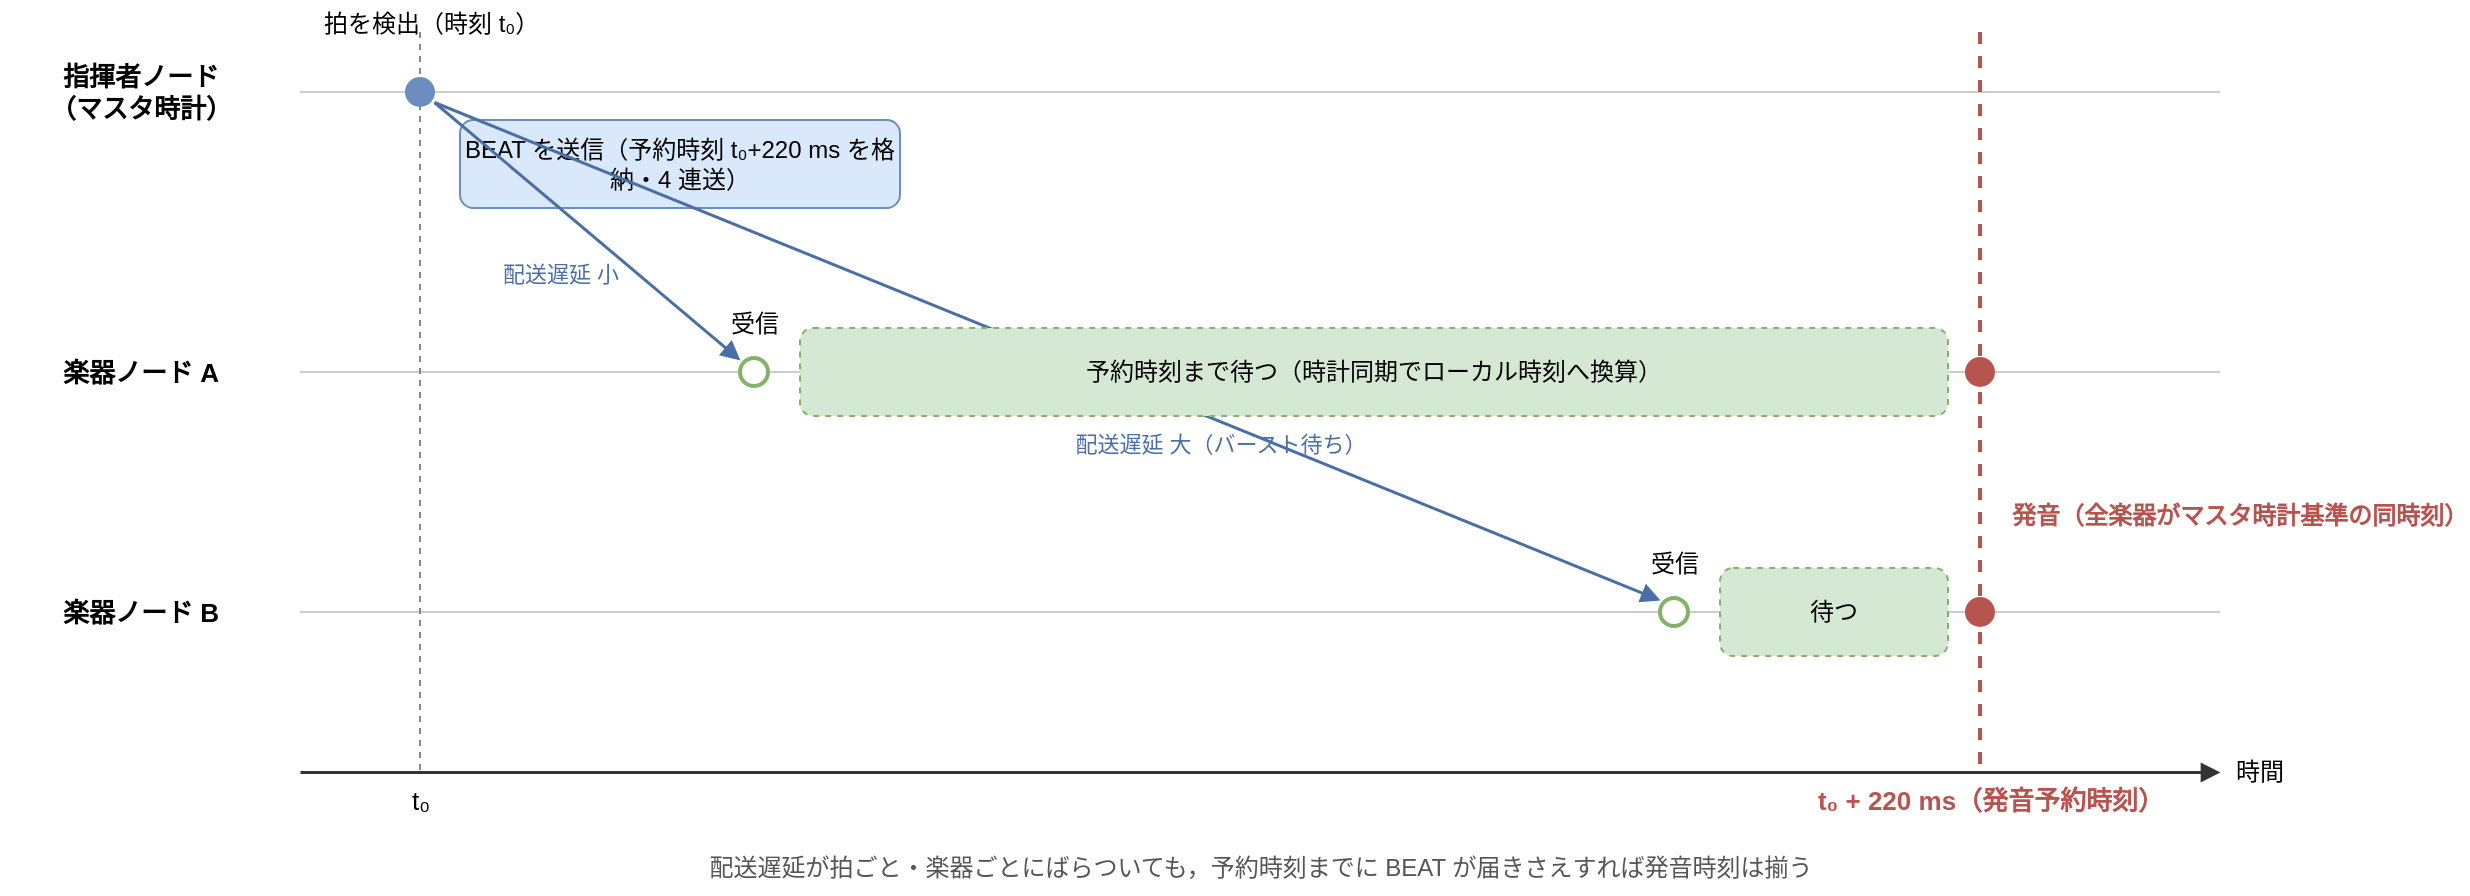
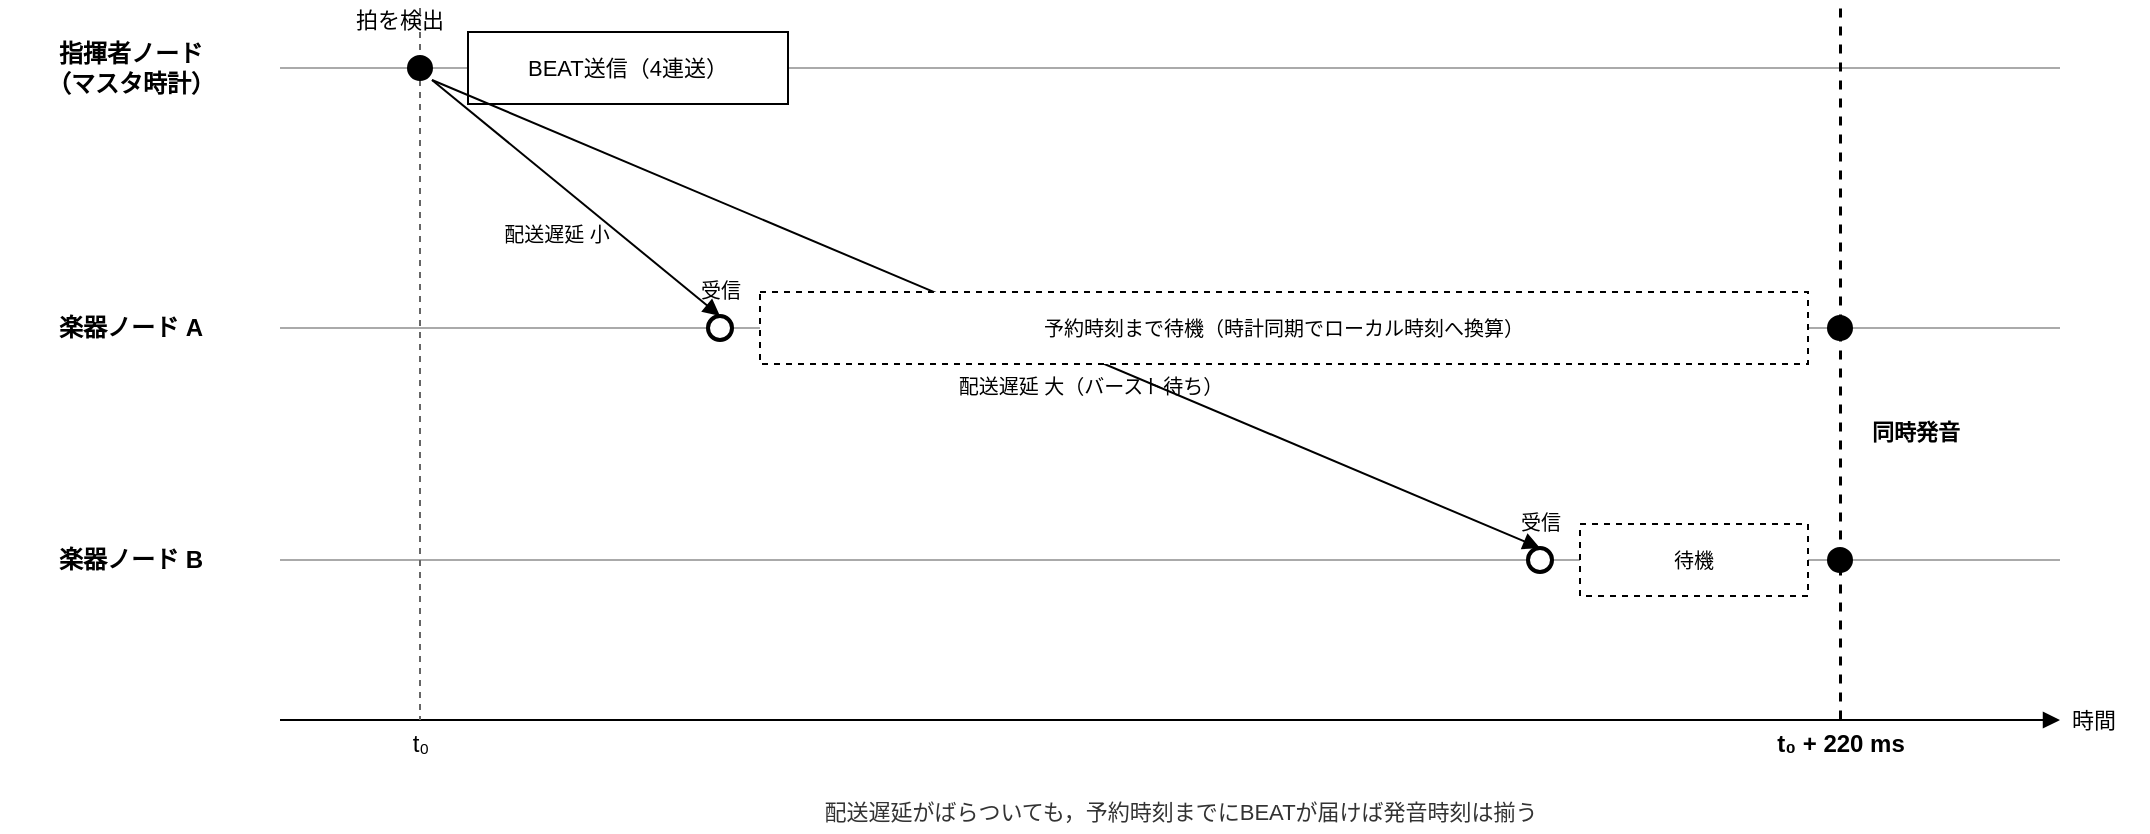
<mxfile host="Claude">
  <diagram id="reservation-timeline" name="発音予約と時計同期">
-     <mxGraphModel dx="1200" dy="500" grid="0" gridSize="10" guides="1" tooltips="1" connect="1" arrows="1" fold="1" page="1" pageScale="1" pageWidth="1200" pageHeight="500" math="0" shadow="0">
+     <mxGraphModel dx="1100" dy="480" grid="0" gridSize="10" guides="1" tooltips="1" connect="1" arrows="1" fold="1" page="1" pageScale="1" pageWidth="1100" pageHeight="480" math="0" shadow="0">
      <root>
        <mxCell id="0"/>
        <mxCell id="1" parent="0"/>
        <!-- レーンラベル -->
-         <mxCell id="lane1" value="指揮者ノード&lt;br&gt;（マスタ時計）" style="text;html=1;align=center;verticalAlign=middle;fontSize=13;fontStyle=1" vertex="1" parent="1"><mxGeometry x="20" y="60" width="140" height="40" as="geometry"/></mxCell>
-         <mxCell id="lane2" value="楽器ノード A" style="text;html=1;align=center;verticalAlign=middle;fontSize=13;fontStyle=1" vertex="1" parent="1"><mxGeometry x="20" y="205" width="140" height="30" as="geometry"/></mxCell>
-         <mxCell id="lane3" value="楽器ノード B" style="text;html=1;align=center;verticalAlign=middle;fontSize=13;fontStyle=1" vertex="1" parent="1"><mxGeometry x="20" y="325" width="140" height="30" as="geometry"/></mxCell>
+         <mxCell id="lane1" value="指揮者ノード&lt;br&gt;（マスタ時計）" style="text;html=1;align=center;verticalAlign=middle;fontSize=12;fontStyle=1;" vertex="1" parent="1"><mxGeometry x="10" y="56" width="130" height="36" as="geometry"/></mxCell>
+         <mxCell id="lane2" value="楽器ノード A" style="text;html=1;align=center;verticalAlign=middle;fontSize=12;fontStyle=1;" vertex="1" parent="1"><mxGeometry x="10" y="192" width="130" height="24" as="geometry"/></mxCell>
+         <mxCell id="lane3" value="楽器ノード B" style="text;html=1;align=center;verticalAlign=middle;fontSize=12;fontStyle=1;" vertex="1" parent="1"><mxGeometry x="10" y="308" width="130" height="24" as="geometry"/></mxCell>
        <!-- レーン水平線 -->
-         <mxCell id="hl1" style="endArrow=none;html=1;strokeColor=#CCCCCC;strokeWidth=1;" edge="1" parent="1"><mxGeometry relative="1" as="geometry"><mxPoint x="170" y="80" as="sourcePoint"/><mxPoint x="1130" y="80" as="targetPoint"/></mxGeometry></mxCell>
-         <mxCell id="hl2" style="endArrow=none;html=1;strokeColor=#CCCCCC;strokeWidth=1;" edge="1" parent="1"><mxGeometry relative="1" as="geometry"><mxPoint x="170" y="220" as="sourcePoint"/><mxPoint x="1130" y="220" as="targetPoint"/></mxGeometry></mxCell>
-         <mxCell id="hl3" style="endArrow=none;html=1;strokeColor=#CCCCCC;strokeWidth=1;" edge="1" parent="1"><mxGeometry relative="1" as="geometry"><mxPoint x="170" y="340" as="sourcePoint"/><mxPoint x="1130" y="340" as="targetPoint"/></mxGeometry></mxCell>
+         <mxCell id="hl1" style="endArrow=none;html=1;strokeColor=#AAAAAA;strokeWidth=1;" edge="1" parent="1"><mxGeometry relative="1" as="geometry"><mxPoint x="150" y="74" as="sourcePoint"/><mxPoint x="1040" y="74" as="targetPoint"/></mxGeometry></mxCell>
+         <mxCell id="hl2" style="endArrow=none;html=1;strokeColor=#AAAAAA;strokeWidth=1;" edge="1" parent="1"><mxGeometry relative="1" as="geometry"><mxPoint x="150" y="204" as="sourcePoint"/><mxPoint x="1040" y="204" as="targetPoint"/></mxGeometry></mxCell>
+         <mxCell id="hl3" style="endArrow=none;html=1;strokeColor=#AAAAAA;strokeWidth=1;" edge="1" parent="1"><mxGeometry relative="1" as="geometry"><mxPoint x="150" y="320" as="sourcePoint"/><mxPoint x="1040" y="320" as="targetPoint"/></mxGeometry></mxCell>
        <!-- 時間軸 -->
-         <mxCell id="taxis" style="endArrow=block;html=1;strokeColor=#333333;strokeWidth=1.5;" edge="1" parent="1"><mxGeometry relative="1" as="geometry"><mxPoint x="170" y="420" as="sourcePoint"/><mxPoint x="1130" y="420" as="targetPoint"/></mxGeometry></mxCell>
-         <mxCell id="taxisl" value="時間" style="text;html=1;align=left;verticalAlign=middle;fontSize=12;" vertex="1" parent="1"><mxGeometry x="1136" y="406" width="50" height="28" as="geometry"/></mxCell>
+         <mxCell id="taxis" style="endArrow=block;endFill=1;html=1;strokeColor=#000000;strokeWidth=1;" edge="1" parent="1"><mxGeometry relative="1" as="geometry"><mxPoint x="150" y="400" as="sourcePoint"/><mxPoint x="1040" y="400" as="targetPoint"/></mxGeometry></mxCell>
+         <mxCell id="taxisl" value="時間" style="text;html=1;align=left;verticalAlign=middle;fontSize=11;" vertex="1" parent="1"><mxGeometry x="1044" y="390" width="40" height="20" as="geometry"/></mxCell>
        <!-- t0 縦点線 -->
-         <mxCell id="vt0" style="endArrow=none;html=1;dashed=1;strokeColor=#888888;strokeWidth=1;" edge="1" parent="1"><mxGeometry relative="1" as="geometry"><mxPoint x="230" y="50" as="sourcePoint"/><mxPoint x="230" y="420" as="targetPoint"/></mxGeometry></mxCell>
-         <mxCell id="vt0l" value="t₀" style="text;html=1;align=center;verticalAlign=middle;fontSize=13;" vertex="1" parent="1"><mxGeometry x="210" y="422" width="40" height="24" as="geometry"/></mxCell>
+         <mxCell id="vt0" style="endArrow=none;html=1;dashed=1;strokeColor=#666666;strokeWidth=1;" edge="1" parent="1"><mxGeometry relative="1" as="geometry"><mxPoint x="220" y="44" as="sourcePoint"/><mxPoint x="220" y="400" as="targetPoint"/></mxGeometry></mxCell>
+         <mxCell id="vt0l" value="t₀" style="text;html=1;align=center;verticalAlign=middle;fontSize=12;" vertex="1" parent="1"><mxGeometry x="200" y="402" width="40" height="20" as="geometry"/></mxCell>
        <!-- 予約時刻 縦点線 -->
-         <mxCell id="vplay" style="endArrow=none;html=1;dashed=1;strokeColor=#B85450;strokeWidth=2;" edge="1" parent="1"><mxGeometry relative="1" as="geometry"><mxPoint x="1010" y="50" as="sourcePoint"/><mxPoint x="1010" y="420" as="targetPoint"/></mxGeometry></mxCell>
-         <mxCell id="vplayl" value="t₀ + 220 ms（発音予約時刻）" style="text;html=1;align=center;verticalAlign=middle;fontSize=13;fontColor=#B85450;fontStyle=1" vertex="1" parent="1"><mxGeometry x="900" y="422" width="230" height="24" as="geometry"/></mxCell>
+         <mxCell id="vplay" style="endArrow=none;html=1;dashed=1;strokeColor=#000000;strokeWidth=1.5;" edge="1" parent="1"><mxGeometry relative="1" as="geometry"><mxPoint x="930" y="44" as="sourcePoint"/><mxPoint x="930" y="400" as="targetPoint"/></mxGeometry></mxCell>
+         <mxCell id="vplayl" value="t₀ + 220 ms" style="text;html=1;align=center;verticalAlign=middle;fontSize=12;fontStyle=1;" vertex="1" parent="1"><mxGeometry x="870" y="402" width="120" height="20" as="geometry"/></mxCell>
        <!-- 指揮者: 拍検出とBEAT送信 -->
-         <mxCell id="beatdot" style="ellipse;whiteSpace=wrap;html=1;fillColor=#6C8EBF;strokeColor=#6C8EBF;" vertex="1" parent="1"><mxGeometry x="223" y="73" width="14" height="14" as="geometry"/></mxCell>
-         <mxCell id="beatl" value="拍を検出（時刻 t₀）" style="text;html=1;align=left;verticalAlign=middle;fontSize=12;" vertex="1" parent="1"><mxGeometry x="180" y="34" width="160" height="24" as="geometry"/></mxCell>
-         <mxCell id="send" value="BEAT を送信（予約時刻 t₀+220 ms を格納・4 連送）" style="rounded=1;whiteSpace=wrap;html=1;fillColor=#DAE8FC;strokeColor=#6C8EBF;fontSize=12;" vertex="1" parent="1"><mxGeometry x="250" y="94" width="220" height="44" as="geometry"/></mxCell>
+         <mxCell id="beatdot" style="ellipse;whiteSpace=wrap;html=1;fillColor=#000000;strokeColor=#000000;" vertex="1" parent="1"><mxGeometry x="214" y="68" width="12" height="12" as="geometry"/></mxCell>
+         <mxCell id="beatl" value="拍を検出" style="text;html=1;align=left;verticalAlign=middle;fontSize=11;" vertex="1" parent="1"><mxGeometry x="186" y="40" width="80" height="20" as="geometry"/></mxCell>
+         <mxCell id="send" value="BEAT送信（4連送）" style="whiteSpace=wrap;html=1;fillColor=#FFFFFF;strokeColor=#000000;fontSize=11;" vertex="1" parent="1"><mxGeometry x="244" y="56" width="160" height="36" as="geometry"/></mxCell>
        <!-- 配送矢印 -->
-         <mxCell id="d1" value="" style="endArrow=block;html=1;strokeColor=#4A6FA5;strokeWidth=1.5;" edge="1" parent="1"><mxGeometry relative="1" as="geometry"><mxPoint x="237" y="85" as="sourcePoint"/><mxPoint x="390" y="214" as="targetPoint"/></mxGeometry></mxCell>
-         <mxCell id="d1l" value="配送遅延 小" style="text;html=1;align=center;verticalAlign=middle;fontSize=11;fontColor=#4A6FA5;" vertex="1" parent="1"><mxGeometry x="250" y="160" width="100" height="22" as="geometry"/></mxCell>
-         <mxCell id="d2" value="" style="endArrow=block;html=1;strokeColor=#4A6FA5;strokeWidth=1.5;" edge="1" parent="1"><mxGeometry relative="1" as="geometry"><mxPoint x="237" y="85" as="sourcePoint"/><mxPoint x="850" y="334" as="targetPoint"/></mxGeometry></mxCell>
-         <mxCell id="d2l" value="配送遅延 大（バースト待ち）" style="text;html=1;align=center;verticalAlign=middle;fontSize=11;fontColor=#4A6FA5;" vertex="1" parent="1"><mxGeometry x="530" y="245" width="200" height="22" as="geometry"/></mxCell>
-         <!-- 楽器A: 受信 → 待機 → 発火 -->
-         <mxCell id="ra" style="ellipse;whiteSpace=wrap;html=1;fillColor=#FFFFFF;strokeColor=#82B366;strokeWidth=2;" vertex="1" parent="1"><mxGeometry x="390" y="213" width="14" height="14" as="geometry"/></mxCell>
-         <mxCell id="ral" value="受信" style="text;html=1;align=center;verticalAlign=middle;fontSize=12;" vertex="1" parent="1"><mxGeometry x="370" y="185" width="54" height="22" as="geometry"/></mxCell>
-         <mxCell id="wa" value="予約時刻まで待つ（時計同期でローカル時刻へ換算）" style="rounded=1;whiteSpace=wrap;html=1;fillColor=#D5E8D4;strokeColor=#82B366;fontSize=12;dashed=1;" vertex="1" parent="1"><mxGeometry x="420" y="198" width="574" height="44" as="geometry"/></mxCell>
-         <mxCell id="fa" style="ellipse;whiteSpace=wrap;html=1;fillColor=#B85450;strokeColor=#B85450;" vertex="1" parent="1"><mxGeometry x="1003" y="213" width="14" height="14" as="geometry"/></mxCell>
-         <!-- 楽器B: 受信 → 待機 → 発火 -->
-         <mxCell id="rb" style="ellipse;whiteSpace=wrap;html=1;fillColor=#FFFFFF;strokeColor=#82B366;strokeWidth=2;" vertex="1" parent="1"><mxGeometry x="850" y="333" width="14" height="14" as="geometry"/></mxCell>
-         <mxCell id="rbl" value="受信" style="text;html=1;align=center;verticalAlign=middle;fontSize=12;" vertex="1" parent="1"><mxGeometry x="830" y="305" width="54" height="22" as="geometry"/></mxCell>
-         <mxCell id="wb" value="待つ" style="rounded=1;whiteSpace=wrap;html=1;fillColor=#D5E8D4;strokeColor=#82B366;fontSize=12;dashed=1;" vertex="1" parent="1"><mxGeometry x="880" y="318" width="114" height="44" as="geometry"/></mxCell>
-         <mxCell id="fb" style="ellipse;whiteSpace=wrap;html=1;fillColor=#B85450;strokeColor=#B85450;" vertex="1" parent="1"><mxGeometry x="1003" y="333" width="14" height="14" as="geometry"/></mxCell>
-         <!-- 発音同時ラベル -->
-         <mxCell id="fire" value="発音（全楽器がマスタ時計基準の同時刻）" style="text;html=1;align=left;verticalAlign=middle;fontSize=12;fontColor=#B85450;fontStyle=1" vertex="1" parent="1"><mxGeometry x="1024" y="262" width="150" height="60" as="geometry"/></mxCell>
-         <!-- 下部注記 -->
-         <mxCell id="note" value="配送遅延が拍ごと・楽器ごとにばらついても，予約時刻までに BEAT が届きさえすれば発音時刻は揃う" style="text;html=1;align=center;verticalAlign=middle;fontSize=12;fontColor=#555555;" vertex="1" parent="1"><mxGeometry x="170" y="455" width="960" height="26" as="geometry"/></mxCell>
+         <mxCell id="d1" style="endArrow=block;endFill=1;html=1;strokeColor=#000000;strokeWidth=1;" edge="1" parent="1"><mxGeometry relative="1" as="geometry"><mxPoint x="226" y="80" as="sourcePoint"/><mxPoint x="370" y="198" as="targetPoint"/></mxGeometry></mxCell>
+         <mxCell id="d1l" value="配送遅延 小" style="text;html=1;align=center;verticalAlign=middle;fontSize=10;" vertex="1" parent="1"><mxGeometry x="248" y="148" width="80" height="18" as="geometry"/></mxCell>
+         <mxCell id="d2" style="endArrow=block;endFill=1;html=1;strokeColor=#000000;strokeWidth=1;" edge="1" parent="1"><mxGeometry relative="1" as="geometry"><mxPoint x="226" y="80" as="sourcePoint"/><mxPoint x="780" y="314" as="targetPoint"/></mxGeometry></mxCell>
+         <mxCell id="d2l" value="配送遅延 大（バースト待ち）" style="text;html=1;align=center;verticalAlign=middle;fontSize=10;" vertex="1" parent="1"><mxGeometry x="470" y="224" width="170" height="18" as="geometry"/></mxCell>
+         <!-- 楽器A -->
+         <mxCell id="ra" style="ellipse;whiteSpace=wrap;html=1;fillColor=#FFFFFF;strokeColor=#000000;strokeWidth=2;" vertex="1" parent="1"><mxGeometry x="364" y="198" width="12" height="12" as="geometry"/></mxCell>
+         <mxCell id="ral" value="受信" style="text;html=1;align=center;verticalAlign=middle;fontSize=10;" vertex="1" parent="1"><mxGeometry x="348" y="176" width="44" height="18" as="geometry"/></mxCell>
+         <mxCell id="wa" value="予約時刻まで待機（時計同期でローカル時刻へ換算）" style="whiteSpace=wrap;html=1;fillColor=#FFFFFF;strokeColor=#000000;fontSize=10;dashed=1;" vertex="1" parent="1"><mxGeometry x="390" y="186" width="524" height="36" as="geometry"/></mxCell>
+         <mxCell id="fa" style="ellipse;whiteSpace=wrap;html=1;fillColor=#000000;strokeColor=#000000;" vertex="1" parent="1"><mxGeometry x="924" y="198" width="12" height="12" as="geometry"/></mxCell>
+         <!-- 楽器B -->
+         <mxCell id="rb" style="ellipse;whiteSpace=wrap;html=1;fillColor=#FFFFFF;strokeColor=#000000;strokeWidth=2;" vertex="1" parent="1"><mxGeometry x="774" y="314" width="12" height="12" as="geometry"/></mxCell>
+         <mxCell id="rbl" value="受信" style="text;html=1;align=center;verticalAlign=middle;fontSize=10;" vertex="1" parent="1"><mxGeometry x="758" y="292" width="44" height="18" as="geometry"/></mxCell>
+         <mxCell id="wb" value="待機" style="whiteSpace=wrap;html=1;fillColor=#FFFFFF;strokeColor=#000000;fontSize=10;dashed=1;" vertex="1" parent="1"><mxGeometry x="800" y="302" width="114" height="36" as="geometry"/></mxCell>
+         <mxCell id="fb" style="ellipse;whiteSpace=wrap;html=1;fillColor=#000000;strokeColor=#000000;" vertex="1" parent="1"><mxGeometry x="924" y="314" width="12" height="12" as="geometry"/></mxCell>
+         <!-- 発音ラベル -->
+         <mxCell id="fire" value="同時発音" style="text;html=1;align=left;verticalAlign=middle;fontSize=11;fontStyle=1;" vertex="1" parent="1"><mxGeometry x="944" y="246" width="80" height="20" as="geometry"/></mxCell>
+         <!-- 注記 -->
+         <mxCell id="note" value="配送遅延がばらついても，予約時刻までにBEATが届けば発音時刻は揃う" style="text;html=1;align=center;verticalAlign=middle;fontSize=11;fontColor=#333333;" vertex="1" parent="1"><mxGeometry x="150" y="436" width="900" height="20" as="geometry"/></mxCell>
      </root>
    </mxGraphModel>
  </diagram>
</mxfile>
